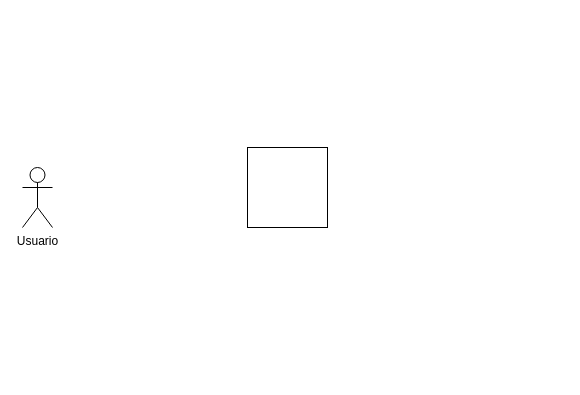
Above: EcOffice casos de uso.drawio in HaasjamesDEV/EcOffice (draw.io), before the change. Source tidied: cells renumbered, new cells numbered last; positions are measured from the earlier drawing's top-left corner, leaving out a move shared by most shapes. Both pictures are drawn from the tidied source at 100%, with x=0, y=0 at pixel (22, 147).
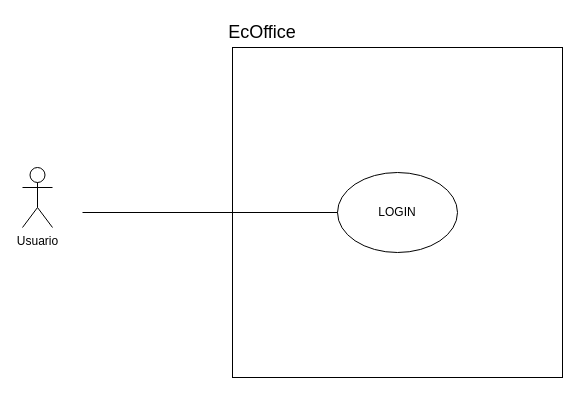
The same page after the edit.

What changed in the source:
```diff
@@
 <mxGraphModel>
   <root>
     <mxCell id="0" />
     <mxCell id="1" parent="0" />
     <mxCell id="2" style="whiteSpace=wrap;html=1;" parent="1" vertex="1">
-      <mxGeometry x="225" width="80" height="80" as="geometry" />
+      <mxGeometry x="210" y="-100" width="330" height="330" as="geometry" />
     </mxCell>
     <mxCell id="3" value="Usuario" style="shape=umlActor;verticalLabelPosition=bottom;verticalAlign=top;html=1;" parent="1" vertex="1">
       <mxGeometry y="20" width="30" height="60" as="geometry" />
     </mxCell>
+    <mxCell id="4" value="LOGIN" style="ellipse;whiteSpace=wrap;html=1;" parent="1" vertex="1">
+      <mxGeometry x="315" y="25" width="120" height="80" as="geometry" />
+    </mxCell>
+    <mxCell id="5" value="&lt;font style=&quot;font-size: 18px;&quot;&gt;EcOffice&lt;/font&gt;" style="text;html=1;align=center;verticalAlign=middle;whiteSpace=wrap;rounded=0;" parent="1" vertex="1">
+      <mxGeometry x="210" y="-130" width="60" height="30" as="geometry" />
+    </mxCell>
+    <mxCell id="6" style="endArrow=none;html=1;rounded=0;entryX=0;entryY=0.5;entryDx=0;entryDy=0;" parent="1" edge="1" target="4">
+      <mxGeometry relative="1" as="geometry">
+        <mxPoint x="60" y="65" as="sourcePoint" />
+      </mxGeometry>
+    </mxCell>
   </root>
 </mxGraphModel>
```
